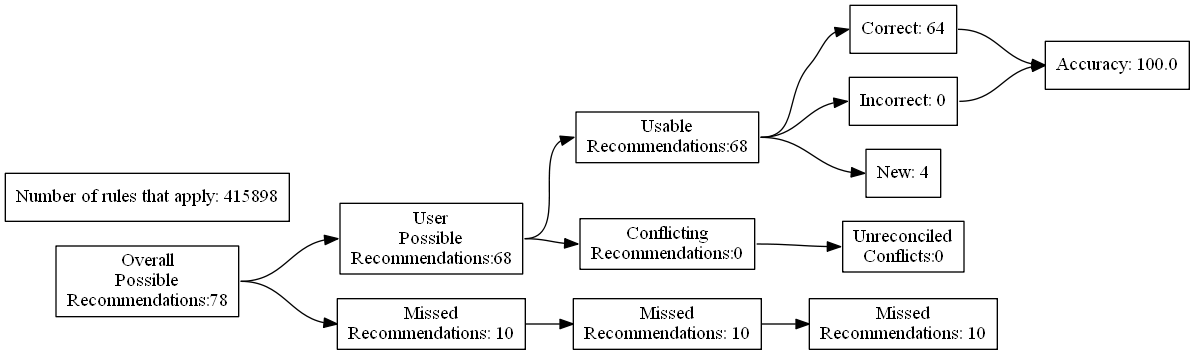
Above: test_renders/6.gv.png in ZaxR/ibd_diet_analysis (Graphviz), before the change. Its source is kept beside it as test_renders/6.gv.
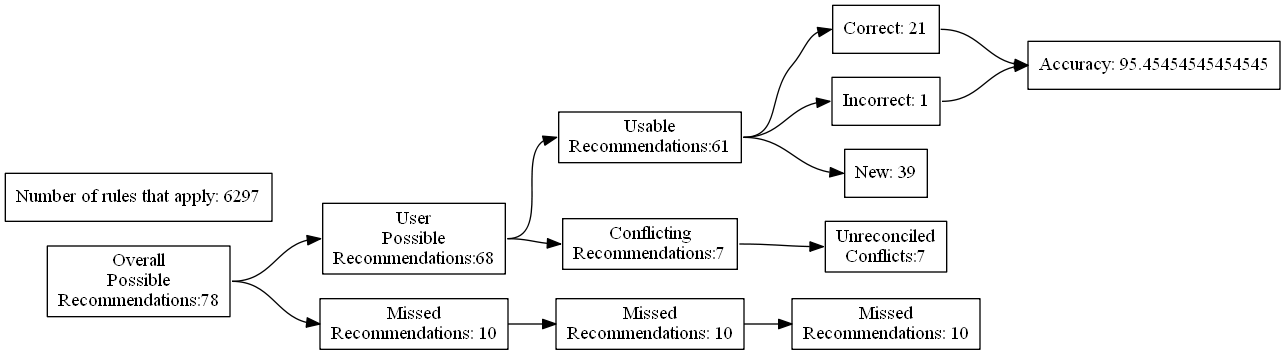
After the commit.

What changed in the source:
```diff
@@ -11,20 +11,20 @@
 		C [label="Missed
 Recommendations: 10"]
 		D [label="Usable
-Recommendations:68"]
+Recommendations:61"]
 		E [label="Conflicting
-Recommendations:0"]
+Recommendations:7"]
 		J [label="Missed
 Recommendations: 10"]
 		M [label="Unreconciled
-Conflicts:0"]
-		F [label="Correct: 64"]
-		G [label="Incorrect: 0"]
-		H [label="New: 4"]
+Conflicts:7"]
+		F [label="Correct: 21"]
+		G [label="Incorrect: 1"]
+		H [label="New: 39"]
 		K [label="Missed
 Recommendations: 10"]
-		I [label="Accuracy: 100.0"]
-		l [label="Number of rules that apply: 415898"]
+		I [label="Accuracy: 95.45454545454545"]
+		l [label="Number of rules that apply: 6297"]
 			A -> B
 			A -> C
 			B -> D
```
